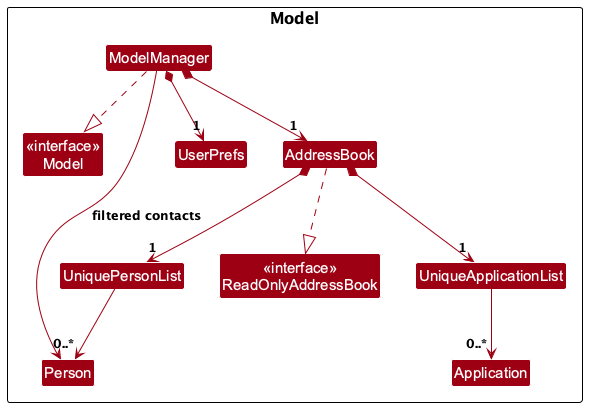
Earlier version of the PlantUML export docs/images/ModelClassDiagram.png (AY2627S1-CS2103T-T12-3/tp).
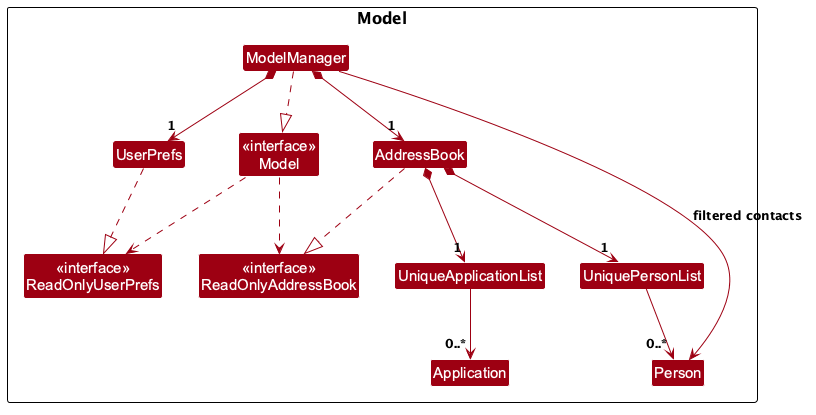
After the commit.

Commit message:
Restore model preferences interface in diagram

What changed in the source:
```diff
@@ -5,6 +5,7 @@
 package "Model" as ModelPackage {
 class "<<interface>>\nModel" as Model
 class "<<interface>>\nReadOnlyAddressBook" as ReadOnlyAddressBook
+class "<<interface>>\nReadOnlyUserPrefs" as ReadOnlyUserPrefs
 class ModelManager
 class AddressBook
 class UserPrefs
@@ -15,6 +16,9 @@
 }
 ModelManager ..|> Model
 AddressBook ..|> ReadOnlyAddressBook
+UserPrefs ..|> ReadOnlyUserPrefs
+Model ..> ReadOnlyAddressBook
+Model ..> ReadOnlyUserPrefs
 ModelManager *--> "1" AddressBook
 ModelManager *--> "1" UserPrefs
 ModelManager --> Person : filtered contacts
```
